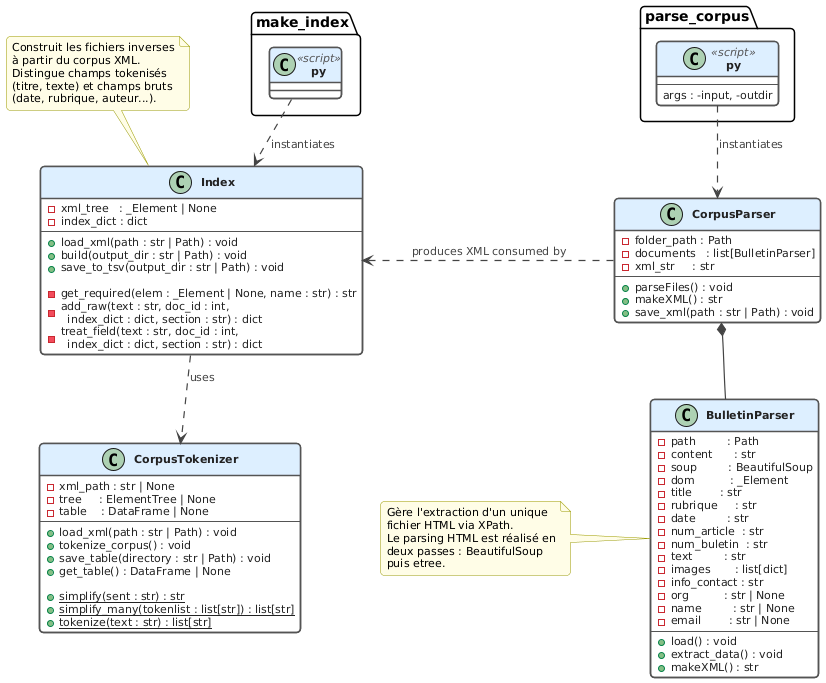
caioartus/lo17-dm keeps this PlantUML diagram as uml/1-index.png. Above is the earlier version. Source of this version:
```plantuml
@startuml
skinparam defaultFontName Helvetica

skinparam class {
    BackgroundColor White
    BorderColor #555555
    BorderThickness 1.5
    HeaderBackgroundColor #DDEEFF
    FontStyle bold
    AttributeFontSize 11
    AttributeFontColor #222222
    StereotypeFontColor #555555
    StereotypeFontSize 11
}

skinparam arrow {
    Color #444444
    FontColor #444444
    FontSize 11
    Thickness 1.2
}

skinparam note {
    BackgroundColor #FFFDE7
    BorderColor #999900
    FontSize 11
}

skinparam shadowing false
skinparam roundCorner 8
skinparam nodesep 80
skinparam ranksep 30

class "parse_corpus.py" <<script>> {
    --
    args : -input, -outdir
}

class "make_index.py" <<script>> {
}

class BulletinParser {
    - path         : Path
    - content      : str
    - soup         : BeautifulSoup
    - dom          : _Element
    - title        : str
    - rubrique     : str
    - date         : str
    - num_article  : str
    - num_buletin  : str
    - text         : str
    - images       : list[dict]
    - info_contact : str
    - org          : str | None
    - name         : str | None
    - email        : str | None
    ---
    + load() : void
    + extract_data() : void
    + makeXML() : str
}

note left of BulletinParser
    Gère l'extraction d'un unique
    fichier HTML via XPath.
    Le parsing HTML est réalisé en
    deux passes : BeautifulSoup
    puis etree.
end note

class CorpusParser {
    - folder_path : Path
    - documents   : list[BulletinParser]
    - xml_str     : str
    ---
    + parseFiles() : void
    + makeXML() : str
    + save_xml(path : str | Path) : void
}

class CorpusTokenizer {
    - xml_path : str | None
    - tree     : ElementTree | None
    - table    : DataFrame | None
    ---
    + load_xml(path : str | Path) : void
    + tokenize_corpus() : void
    + save_table(directory : str | Path) : void
    + get_table() : DataFrame | None

    + {static} simplify(sent : str) : str
    + {static} simplify_many(tokenlist : list[str]) : list[str]
    + {static} tokenize(text : str) : list[str]
}

class Index {
    - xml_tree   : _Element | None
    - index_dict : dict
    ---
    + load_xml(path : str | Path) : void
    + build(output_dir : str | Path) : void
    + save_to_tsv(output_dir : str | Path) : void

    - get_required(elem : _Element | None, name : str) : str
    - add_raw(text : str, doc_id : int,\n  index_dict : dict, section : str) : dict
    - treat_field(text : str, doc_id : int,\n  index_dict : dict, section : str) : dict
}

note top of Index
    Construit les fichiers inverses
    à partir du corpus XML.
    Distingue champs tokenisés
    (titre, texte) et champs bruts
    (date, rubrique, auteur...).
end note

"parse_corpus.py" ..> CorpusParser     : «instantiates»
"make_index.py"   ..> Index            : «instantiates»

CorpusParser *--  BulletinParser
Index <.  CorpusParser : «produces XML consumed by»
Index             ..>  CorpusTokenizer     : «uses»
@enduml
```
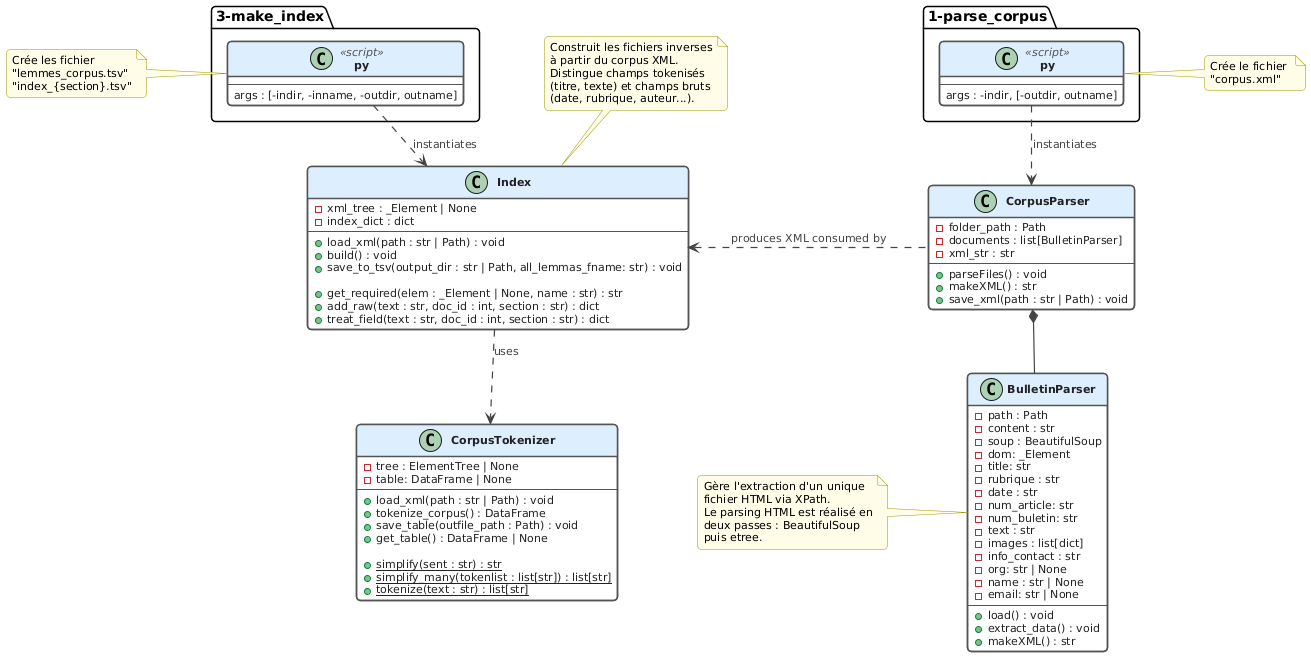
The same diagram one commit later.

What changed in the source:
```diff
@@ -2,28 +2,28 @@
 skinparam defaultFontName Helvetica
 
 skinparam class {
-    BackgroundColor White
-    BorderColor #555555
-    BorderThickness 1.5
-    HeaderBackgroundColor #DDEEFF
-    FontStyle bold
-    AttributeFontSize 11
-    AttributeFontColor #222222
-    StereotypeFontColor #555555
-    StereotypeFontSize 11
+BackgroundColor White
+BorderColor #555555
+BorderThickness 1.5
+HeaderBackgroundColor #DDEEFF
+FontStyle bold
+AttributeFontSize 11
+AttributeFontColor #222222
+StereotypeFontColor #555555
+StereotypeFontSize 11
 }
 
 skinparam arrow {
-    Color #444444
-    FontColor #444444
-    FontSize 11
-    Thickness 1.2
+Color #444444
+FontColor #444444
+FontSize 11
+Thickness 1.2
 }
 
 skinparam note {
-    BackgroundColor #FFFDE7
-    BorderColor #999900
-    FontSize 11
+BackgroundColor #FFFDE7
+BorderColor #999900
+FontSize 11
 }
 
 skinparam shadowing false
@@ -31,94 +31,106 @@
 skinparam nodesep 80
 skinparam ranksep 30
 
-class "parse_corpus.py" <<script>> {
+class "3-make_index.py" <<script>> {
     --
-    args : -input, -outdir
+    args : [-indir, -inname, -outdir, outname]
 }
 
-class "make_index.py" <<script>> {
+note left of "3-make_index.py"
+Crée les fichier
+"lemmes_corpus.tsv"
+"index_{section}.tsv"
+end note
+
+class "1-parse_corpus.py" <<script>> {
+    --
+    args : -indir, [-outdir, outname]
 }
 
+note left of "1-parse_corpus.py"
+Crée le fichier
+"corpus.xml"
+end note
+
 class BulletinParser {
-    - path         : Path
-    - content      : str
-    - soup         : BeautifulSoup
-    - dom          : _Element
-    - title        : str
-    - rubrique     : str
-    - date         : str
-    - num_article  : str
-    - num_buletin  : str
-    - text         : str
-    - images       : list[dict]
-    - info_contact : str
-    - org          : str | None
-    - name         : str | None
-    - email        : str | None
-    ---
-    + load() : void
-    + extract_data() : void
-    + makeXML() : str
+- path : Path
+- content : str
+- soup : BeautifulSoup
+- dom: _Element
+- title: str
+- rubrique : str
+- date : str
+- num_article: str
+- num_buletin: str
+- text : str
+- images : list[dict]
+- info_contact : str
+- org: str | None
+- name : str | None
+- email: str | None
+---
++ load() : void
++ extract_data() : void
++ makeXML() : str
 }
 
 note left of BulletinParser
-    Gère l'extraction d'un unique
-    fichier HTML via XPath.
-    Le parsing HTML est réalisé en
-    deux passes : BeautifulSoup
-    puis etree.
+Gère l'extraction d'un unique
+fichier HTML via XPath.
+Le parsing HTML est réalisé en
+deux passes : BeautifulSoup
+puis etree.
 end note
 
 class CorpusParser {
-    - folder_path : Path
-    - documents   : list[BulletinParser]
-    - xml_str     : str
-    ---
-    + parseFiles() : void
-    + makeXML() : str
-    + save_xml(path : str | Path) : void
+- folder_path : Path
+- documents : list[BulletinParser]
+- xml_str : str
+---
++ parseFiles() : void
++ makeXML() : str
++ save_xml(path : str | Path) : void
 }
 
 class CorpusTokenizer {
-    - xml_path : str | None
-    - tree     : ElementTree | None
-    - table    : DataFrame | None
-    ---
-    + load_xml(path : str | Path) : void
-    + tokenize_corpus() : void
-    + save_table(directory : str | Path) : void
-    + get_table() : DataFrame | None
+- tree : ElementTree | None
+- table: DataFrame | None
+---
++ load_xml(path : str | Path) : void
++ tokenize_corpus() : DataFrame
++ save_table(outfile_path : Path) : void
++ get_table() : DataFrame | None
 
-    + {static} simplify(sent : str) : str
-    + {static} simplify_many(tokenlist : list[str]) : list[str]
-    + {static} tokenize(text : str) : list[str]
++ {static} simplify(sent : str) : str
++ {static} simplify_many(tokenlist : list[str]) : list[str]
++ {static} tokenize(text : str) : list[str]
 }
 
 class Index {
-    - xml_tree   : _Element | None
-    - index_dict : dict
-    ---
-    + load_xml(path : str | Path) : void
-    + build(output_dir : str | Path) : void
-    + save_to_tsv(output_dir : str | Path) : void
+- xml_tree : _Element | None
+- index_dict : dict
+---
++ load_xml(path : str | Path) : void
++ build() : void
++ save_to_tsv(output_dir : str | Path, all_lemmas_fname: str) : void
 
-    - get_required(elem : _Element | None, name : str) : str
-    - add_raw(text : str, doc_id : int,\n  index_dict : dict, section : str) : dict
-    - treat_field(text : str, doc_id : int,\n  index_dict : dict, section : str) : dict
++ get_required(elem : _Element | None, name : str) : str
++ add_raw(text : str, doc_id : int, section : str) : dict
++ treat_field(text : str, doc_id : int, section : str) : dict
 }
 
 note top of Index
-    Construit les fichiers inverses
-    à partir du corpus XML.
-    Distingue champs tokenisés
-    (titre, texte) et champs bruts
-    (date, rubrique, auteur...).
+Construit les fichiers inverses
+à partir du corpus XML.
+Distingue champs tokenisés
+(titre, texte) et champs bruts
+(date, rubrique, auteur...).
 end note
 
-"parse_corpus.py" ..> CorpusParser     : «instantiates»
-"make_index.py"   ..> Index            : «instantiates»
+"1-parse_corpus.py" ..> CorpusParser : «instantiates»
+"3-make_index.py" ..> Index: «instantiates»
 
-CorpusParser *--  BulletinParser
-Index <.  CorpusParser : «produces XML consumed by»
-Index             ..>  CorpusTokenizer     : «uses»
+CorpusParser *--BulletinParser
+Index <. CorpusParser : «produces XML consumed by»
+Index ..> CorpusTokenizer : «uses»
 @enduml
```
